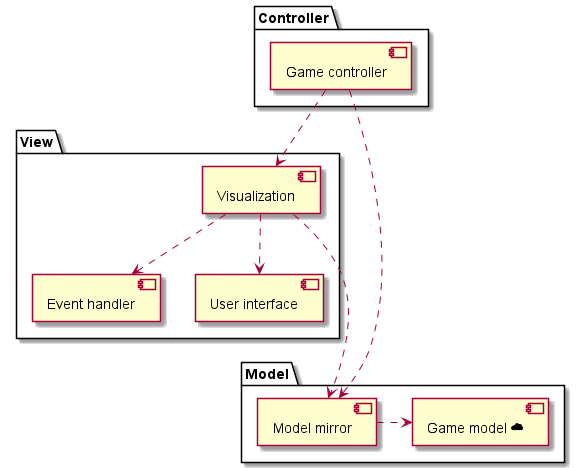
SWA-group-1/PlantUML keeps this PlantUML diagram as Development/Component/ModelViewController.png. Above is the earlier version.
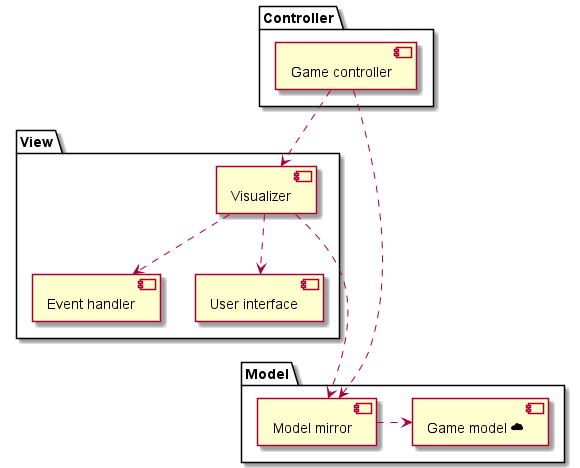
Later version of the same file.

Commit message:
Rename visualization to visualizer. #6

The edit, as a diff of the source:
```diff
@@ -9,20 +9,20 @@
 
 package "View" {
     component "Event handler" as event
-    component "Visualization" as visualization
+    component "Visualizer" as visualizer
     component "User interface" as ui
 
-    visualization .down.> event
-    visualization .down.> ui
+    visualizer .down.> event
+    visualizer .down.> ui
 }
 
 package "Controller" {
     component "Game controller" as controller
 }
 
-controller .down.> visualization
+controller .down.> visualizer
 controller .down.> mirror
-visualization .down.> mirror
+visualizer .down.> mirror
 event -[hidden]right- mirror
 ui -[hidden]- mirror
 
```
